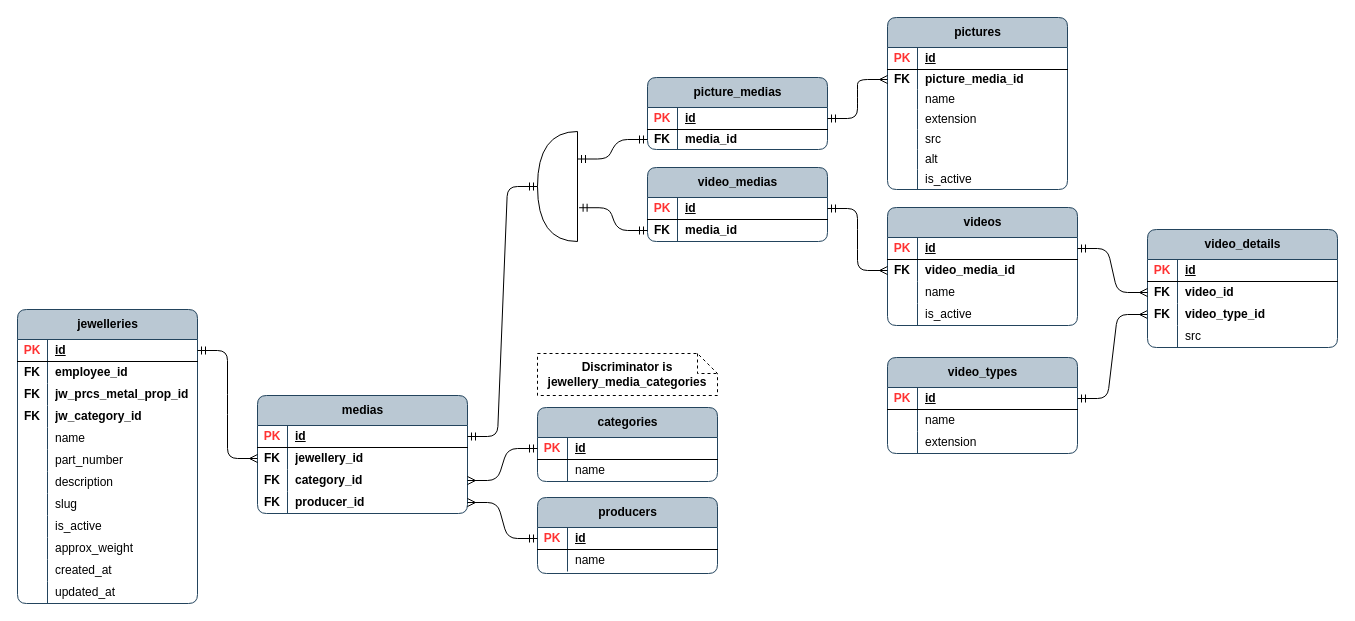
Local-development-environment/msg-brokers-publisher-consumer keeps this draw.io diagram as page "psql_medias" (7 of 13) of publisher/laravel-app/psql_jewellery_items.drawio. Above is the earlier version. Source tidied: cells renumbered, new cells numbered last; positions are measured from the earlier drawing's top-left corner, leaving out a move shared by most shapes. Both pictures are drawn from the tidied source at 100%, with x=0, y=0 at pixel (17, 17).
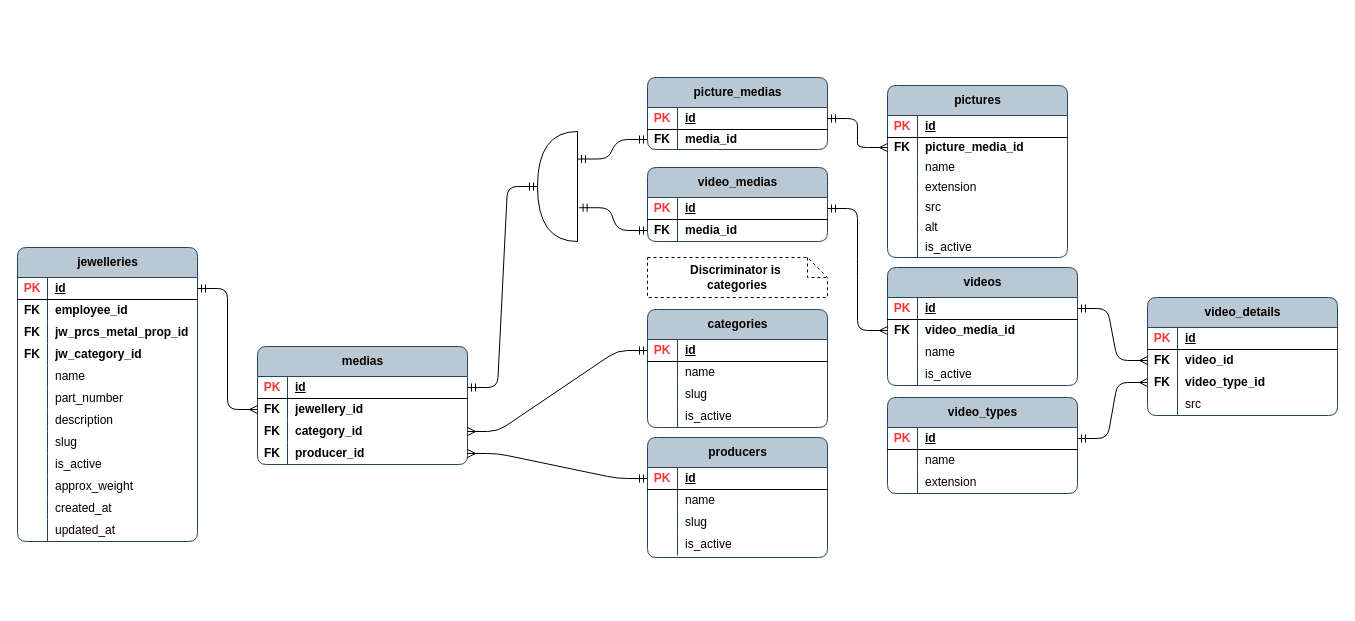
The same diagram, later.

Commit message (it also covers changes not shown here):
media seeder was refactored

Change to the diagram source:
```diff
@@
     <mxCell id="17" value="jewelleries" style="shape=table;startSize=30;childLayout=tableLayout;rowLines=0;fontStyle=1;align=center;html=1;rounded=1;swimlaneFillColor=none;fillColor=#bac8d3;strokeColor=#23445d;columnLines=1;arcSize=10;" parent="1" vertex="1">
-      <mxGeometry y="292" width="180" height="294" as="geometry" />
+      <mxGeometry y="230" width="180" height="294" as="geometry" />
     </mxCell>
@@
     <mxCell id="54" value="&lt;pre style=&quot;font-family: &amp;quot;JetBrains Mono&amp;quot;, monospace; font-size: 9.8pt;&quot;&gt;&lt;span style=&quot;font-family: Helvetica; font-size: 12px; white-space-collapse: collapse;&quot;&gt;categories&lt;/span&gt;&lt;/pre&gt;" style="shape=table;startSize=30;childLayout=tableLayout;rowLines=0;fontStyle=1;align=center;html=1;rounded=1;swimlaneFillColor=none;fillColor=#bac8d3;strokeColor=#23445d;columnLines=1;arcSize=10;" parent="1" vertex="1">
-      <mxGeometry x="520" y="390" width="180" height="74" as="geometry" />
+      <mxGeometry x="630" y="292" width="180" height="118" as="geometry" />
     </mxCell>
@@
+    <mxCell id="150" style="shape=tableRow;horizontal=0;startSize=0;swimlaneHead=0;swimlaneBody=0;fillColor=none;top=0;left=0;right=0;bottom=0;rounded=0;" parent="54" vertex="1">
+      <mxGeometry y="74" width="180" height="22" as="geometry" />
+    </mxCell>
+    <mxCell id="151" style="shape=partialRectangle;fillColor=none;top=0;left=0;bottom=0;right=0;overflow=hidden;whiteSpace=wrap;html=1;" parent="150" vertex="1">
+      <mxGeometry width="30" height="22" as="geometry" />
+    </mxCell>
+    <mxCell id="152" value="slug" style="shape=partialRectangle;fillColor=none;top=0;left=0;bottom=0;right=0;align=left;spacingLeft=6;overflow=hidden;whiteSpace=wrap;html=1;" parent="150" vertex="1">
+      <mxGeometry x="30" width="150" height="22" as="geometry" />
+    </mxCell>
+    <mxCell id="153" style="shape=tableRow;horizontal=0;startSize=0;swimlaneHead=0;swimlaneBody=0;fillColor=none;top=0;left=0;right=0;bottom=0;rounded=0;" parent="54" vertex="1">
+      <mxGeometry y="96" width="180" height="22" as="geometry" />
+    </mxCell>
+    <mxCell id="154" style="shape=partialRectangle;fillColor=none;top=0;left=0;bottom=0;right=0;overflow=hidden;whiteSpace=wrap;html=1;" parent="153" vertex="1">
+      <mxGeometry width="30" height="22" as="geometry" />
+    </mxCell>
+    <mxCell id="155" value="is_active" style="shape=partialRectangle;fillColor=none;top=0;left=0;bottom=0;right=0;align=left;spacingLeft=6;overflow=hidden;whiteSpace=wrap;html=1;" parent="153" vertex="1">
+      <mxGeometry x="30" width="150" height="22" as="geometry" />
+    </mxCell>
     <mxCell id="61" value="medias" style="shape=table;startSize=30;childLayout=tableLayout;rowLines=0;fontStyle=1;align=center;html=1;rounded=1;swimlaneFillColor=none;fillColor=#bac8d3;strokeColor=#23445d;columnLines=1;arcSize=10;" parent="1" vertex="1">
-      <mxGeometry x="240" y="378" width="210" height="118" as="geometry" />
+      <mxGeometry x="240" y="329" width="210" height="118" as="geometry" />
     </mxCell>
@@
     <mxCell id="79" value="producers" style="shape=table;startSize=30;childLayout=tableLayout;rowLines=0;fontStyle=1;align=center;html=1;rounded=1;swimlaneFillColor=none;fillColor=#bac8d3;strokeColor=#23445d;columnLines=1;arcSize=10;" parent="1" vertex="1">
-      <mxGeometry x="520" y="480" width="180" height="76" as="geometry" />
+      <mxGeometry x="630" y="420" width="180" height="120" as="geometry" />
     </mxCell>
@@
+    <mxCell id="156" style="shape=tableRow;horizontal=0;startSize=0;swimlaneHead=0;swimlaneBody=0;fillColor=none;top=0;left=0;right=0;bottom=0;rounded=0;" parent="79" vertex="1">
+      <mxGeometry y="74" width="180" height="22" as="geometry" />
+    </mxCell>
+    <mxCell id="157" style="shape=partialRectangle;fillColor=none;top=0;left=0;bottom=0;right=0;overflow=hidden;whiteSpace=wrap;html=1;" parent="156" vertex="1">
+      <mxGeometry width="30" height="22" as="geometry" />
+    </mxCell>
+    <mxCell id="158" value="slug" style="shape=partialRectangle;fillColor=none;top=0;left=0;bottom=0;right=0;align=left;spacingLeft=6;overflow=hidden;whiteSpace=wrap;html=1;" parent="156" vertex="1">
+      <mxGeometry x="30" width="150" height="22" as="geometry" />
+    </mxCell>
+    <mxCell id="159" style="shape=tableRow;horizontal=0;startSize=0;swimlaneHead=0;swimlaneBody=0;fillColor=none;top=0;left=0;right=0;bottom=0;rounded=0;" parent="79" vertex="1">
+      <mxGeometry y="96" width="180" height="22" as="geometry" />
+    </mxCell>
+    <mxCell id="160" style="shape=partialRectangle;fillColor=none;top=0;left=0;bottom=0;right=0;overflow=hidden;whiteSpace=wrap;html=1;" parent="159" vertex="1">
+      <mxGeometry width="30" height="22" as="geometry" />
+    </mxCell>
+    <mxCell id="161" value="is_active" style="shape=partialRectangle;fillColor=none;top=0;left=0;bottom=0;right=0;align=left;spacingLeft=6;overflow=hidden;whiteSpace=wrap;html=1;" parent="159" vertex="1">
+      <mxGeometry x="30" width="150" height="22" as="geometry" />
+    </mxCell>
@@
     <mxCell id="87" value="video_types" style="shape=table;startSize=30;childLayout=tableLayout;rowLines=0;fontStyle=1;align=center;html=1;rounded=1;swimlaneFillColor=none;fillColor=#bac8d3;strokeColor=#23445d;columnLines=1;arcSize=10;" parent="1" vertex="1">
-      <mxGeometry x="870" y="340" width="190" height="96" as="geometry" />
+      <mxGeometry x="870" y="380" width="190" height="96" as="geometry" />
     </mxCell>
@@
-    <mxCell id="97" value="&lt;b&gt;Discriminator is jewellery_media_categories&lt;/b&gt;" style="shape=note;size=20;whiteSpace=wrap;html=1;dashed=1;" parent="1" vertex="1">
-      <mxGeometry x="520" y="336" width="180" height="42" as="geometry" />
+    <mxCell id="97" value="&lt;b&gt;Discriminator is&amp;nbsp;&lt;/b&gt;&lt;div&gt;&lt;b&gt;categories&lt;/b&gt;&lt;/div&gt;" style="shape=note;size=20;whiteSpace=wrap;html=1;dashed=1;" parent="1" vertex="1">
+      <mxGeometry x="630" y="240" width="180" height="40" as="geometry" />
     </mxCell>
@@
     <mxCell id="99" value="videos" style="shape=table;startSize=30;childLayout=tableLayout;rowLines=0;fontStyle=1;align=center;html=1;rounded=1;swimlaneFillColor=none;fillColor=#bac8d3;strokeColor=#23445d;columnLines=1;arcSize=10;" parent="1" vertex="1">
-      <mxGeometry x="870" y="190" width="190" height="118" as="geometry" />
+      <mxGeometry x="870" y="250" width="190" height="118" as="geometry" />
     </mxCell>
@@
     <mxCell id="113" value="pictures" style="shape=table;startSize=30;childLayout=tableLayout;rowLines=0;fontStyle=1;align=center;html=1;rounded=1;swimlaneFillColor=none;fillColor=#bac8d3;strokeColor=#23445d;columnLines=1;arcSize=10;" parent="1" vertex="1">
-      <mxGeometry x="870" width="180" height="172" as="geometry" />
+      <mxGeometry x="870" y="68" width="180" height="172" as="geometry" />
     </mxCell>
@@
     <mxCell id="136" value="video_details" style="shape=table;startSize=30;childLayout=tableLayout;rowLines=0;fontStyle=1;align=center;html=1;rounded=1;swimlaneFillColor=none;fillColor=#bac8d3;strokeColor=#23445d;columnLines=1;arcSize=10;" parent="1" vertex="1">
-      <mxGeometry x="1130" y="212" width="190" height="118" as="geometry" />
+      <mxGeometry x="1130" y="280" width="190" height="118" as="geometry" />
     </mxCell>
```
